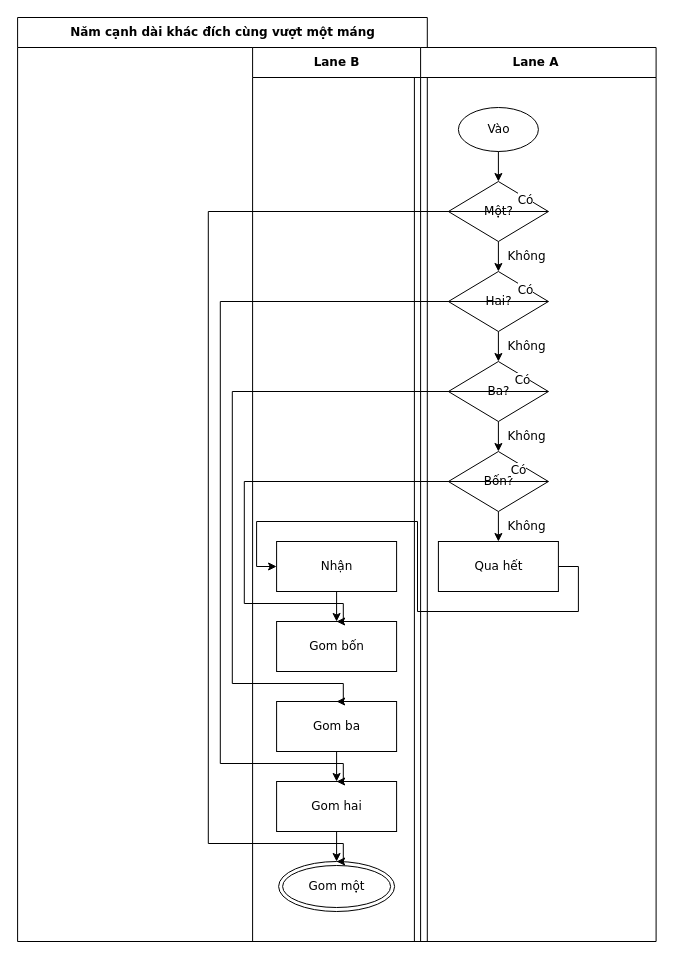
This is conformance/merge/fuzz-53/flow.drawio from luytbq/flowcast, a draw.io file, before an edit. Source tidied: cells renumbered, new cells numbered last; positions are measured from the earlier drawing's top-left corner, leaving out a move shared by most shapes. Both pictures are drawn from the tidied source at 100%, with x=0, y=0 at pixel (17, 17).
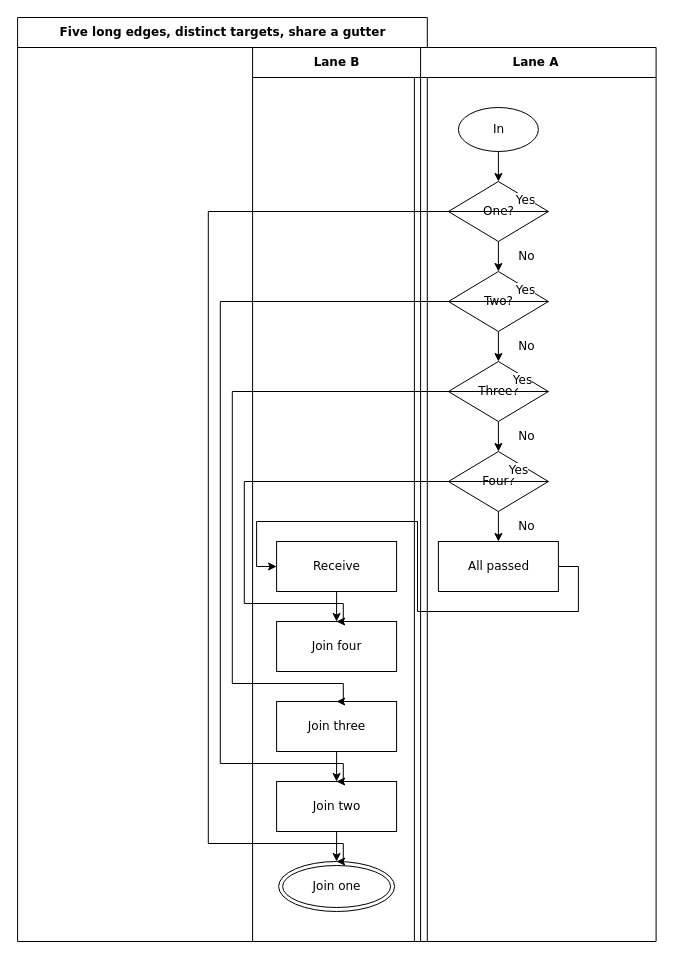
The same diagram, later.

The change refers to these unchanged cells:
```xml
<mxCell id="3" value="Lane A" style="swimlane;html=1;startSize=30;fontFamily=Verdana;fontSize=12;flowtable=1;" parent="2" vertex="1">
  <mxGeometry x="396.8" y="30" width="241.7" height="894" as="geometry" />
</mxCell>
<mxCell id="4" value="Lane B" style="swimlane;html=1;startSize=30;fontFamily=Verdana;fontSize=12;flowtable=1;" parent="2" vertex="1">
  <mxGeometry x="235" y="30" width="168" height="894" as="geometry" />
</mxCell>
```

Change to the diagram source:
```diff
@@
-    <mxCell id="2" value="Năm cạnh dài khác đích cùng vượt một máng" style="swimlane;html=1;startSize=30;fontStyle=1;fontFamily=Verdana;fontSize=12;flowtable=1;" parent="1" vertex="1">
+    <mxCell id="2" value="Five long edges, distinct targets, share a gutter" style="swimlane;html=1;startSize=30;fontStyle=1;fontFamily=Verdana;fontSize=12;flowtable=1;" parent="1" vertex="1">
       <mxGeometry x="0.1" width="409.7" height="924" as="geometry" />
     </mxCell>
@@
-    <mxCell id="5" value="Vào" style="ellipse;html=1;fontFamily=Verdana;fontSize=12;flowtable=1;" parent="3" vertex="1">
+    <mxCell id="5" value="In" style="ellipse;html=1;fontFamily=Verdana;fontSize=12;flowtable=1;" parent="3" vertex="1">
       <mxGeometry x="44" y="60" width="80" height="44" as="geometry" />
     </mxCell>
-    <mxCell id="6" value="Một?" style="rhombus;html=1;fontFamily=Verdana;fontSize=12;flowtable=1;" parent="3" vertex="1">
+    <mxCell id="6" value="One?" style="rhombus;html=1;fontFamily=Verdana;fontSize=12;flowtable=1;" parent="3" vertex="1">
       <mxGeometry x="34" y="134" width="100" height="60" as="geometry" />
     </mxCell>
-    <mxCell id="7" value="Hai?" style="rhombus;html=1;fontFamily=Verdana;fontSize=12;flowtable=1;" parent="3" vertex="1">
+    <mxCell id="7" value="Two?" style="rhombus;html=1;fontFamily=Verdana;fontSize=12;flowtable=1;" parent="3" vertex="1">
       <mxGeometry x="34" y="224" width="100" height="60" as="geometry" />
     </mxCell>
-    <mxCell id="8" value="Ba?" style="rhombus;html=1;fontFamily=Verdana;fontSize=12;flowtable=1;" parent="3" vertex="1">
+    <mxCell id="8" value="Three?" style="rhombus;html=1;fontFamily=Verdana;fontSize=12;flowtable=1;" parent="3" vertex="1">
       <mxGeometry x="34" y="314" width="100" height="60" as="geometry" />
     </mxCell>
-    <mxCell id="9" value="Bốn?" style="rhombus;html=1;fontFamily=Verdana;fontSize=12;flowtable=1;" parent="3" vertex="1">
+    <mxCell id="9" value="Four?" style="rhombus;html=1;fontFamily=Verdana;fontSize=12;flowtable=1;" parent="3" vertex="1">
       <mxGeometry x="34" y="404" width="100" height="60" as="geometry" />
     </mxCell>
-    <mxCell id="10" value="Qua hết" style="rounded=0;html=1;fontFamily=Verdana;fontSize=12;flowtable=1;" parent="3" vertex="1">
+    <mxCell id="10" value="All passed" style="rounded=0;html=1;fontFamily=Verdana;fontSize=12;flowtable=1;" parent="3" vertex="1">
       <mxGeometry x="24" y="494" width="120" height="50" as="geometry" />
     </mxCell>
-    <mxCell id="11" value="Nhận" style="rounded=0;html=1;fontFamily=Verdana;fontSize=12;flowtable=1;" parent="4" vertex="1">
+    <mxCell id="11" value="Receive" style="rounded=0;html=1;fontFamily=Verdana;fontSize=12;flowtable=1;" parent="4" vertex="1">
       <mxGeometry x="24" y="494" width="120" height="50" as="geometry" />
     </mxCell>
-    <mxCell id="12" value="Gom bốn" style="rounded=0;html=1;fontFamily=Verdana;fontSize=12;flowtable=1;" parent="4" vertex="1">
+    <mxCell id="12" value="Join four" style="rounded=0;html=1;fontFamily=Verdana;fontSize=12;flowtable=1;" parent="4" vertex="1">
       <mxGeometry x="24" y="574" width="120" height="50" as="geometry" />
     </mxCell>
-    <mxCell id="13" value="Gom ba" style="rounded=0;html=1;fontFamily=Verdana;fontSize=12;flowtable=1;" parent="4" vertex="1">
+    <mxCell id="13" value="Join three" style="rounded=0;html=1;fontFamily=Verdana;fontSize=12;flowtable=1;" parent="4" vertex="1">
       <mxGeometry x="24" y="654" width="120" height="50" as="geometry" />
     </mxCell>
-    <mxCell id="14" value="Gom hai" style="rounded=0;html=1;fontFamily=Verdana;fontSize=12;flowtable=1;" parent="4" vertex="1">
+    <mxCell id="14" value="Join two" style="rounded=0;html=1;fontFamily=Verdana;fontSize=12;flowtable=1;" parent="4" vertex="1">
       <mxGeometry x="24" y="734" width="120" height="50" as="geometry" />
     </mxCell>
-    <mxCell id="15" value="Gom một" style="shape=doubleEllipse;html=1;fontFamily=Verdana;fontSize=12;flowtable=1;" parent="4" vertex="1">
+    <mxCell id="15" value="Join one" style="shape=doubleEllipse;html=1;fontFamily=Verdana;fontSize=12;flowtable=1;" parent="4" vertex="1">
       <mxGeometry x="26" y="814" width="116" height="50" as="geometry" />
     </mxCell>
@@
-    <mxCell id="17" value="Có" style="edgeStyle=orthogonalEdgeStyle;rounded=0;jettySize=auto;html=1;labelBackgroundColor=default;exitX=1;exitY=0.5;exitDx=0;exitDy=0;entryX=0.5;entryY=0;entryDx=0;entryDy=0;fontFamily=Verdana;fontSize=12;flowtable=1;" parent="2" edge="1" source="6" target="15">
+    <mxCell id="17" value="Yes" style="edgeStyle=orthogonalEdgeStyle;rounded=0;jettySize=auto;html=1;labelBackgroundColor=default;exitX=1;exitY=0.5;exitDx=0;exitDy=0;entryX=0.5;entryY=0;entryDx=0;entryDy=0;fontFamily=Verdana;fontSize=12;flowtable=1;" parent="2" edge="1" source="6" target="15">
       <mxGeometry x="-0.96" relative="1" as="geometry">
         <Array as="points">
           <mxPoint x="190.7" y="194" />
           <mxPoint x="190.7" y="826" />
           <mxPoint x="325.7" y="826" />
         </Array>
         <mxPoint y="-11.5" as="offset" />
       </mxGeometry>
     </mxCell>
-    <mxCell id="18" value="Không" style="edgeStyle=orthogonalEdgeStyle;rounded=0;jettySize=auto;html=1;labelBackgroundColor=default;exitX=0.5;exitY=1;exitDx=0;exitDy=0;entryX=0.5;entryY=0;entryDx=0;entryDy=0;fontFamily=Verdana;fontSize=12;flowtable=1;" parent="2" edge="1" source="6" target="7">
+    <mxCell id="18" value="No" style="edgeStyle=orthogonalEdgeStyle;rounded=0;jettySize=auto;html=1;labelBackgroundColor=default;exitX=0.5;exitY=1;exitDx=0;exitDy=0;entryX=0.5;entryY=0;entryDx=0;entryDy=0;fontFamily=Verdana;fontSize=12;flowtable=1;" parent="2" edge="1" source="6" target="7">
       <mxGeometry x="-0.03" relative="1" as="geometry">
         <mxPoint x="28.1" as="offset" />
       </mxGeometry>
     </mxCell>
-    <mxCell id="19" value="Có" style="edgeStyle=orthogonalEdgeStyle;rounded=0;jettySize=auto;html=1;labelBackgroundColor=default;exitX=1;exitY=0.5;exitDx=0;exitDy=0;entryX=0.5;entryY=0;entryDx=0;entryDy=0;fontFamily=Verdana;fontSize=12;flowtable=1;" parent="2" edge="1" source="7" target="14">
+    <mxCell id="19" value="Yes" style="edgeStyle=orthogonalEdgeStyle;rounded=0;jettySize=auto;html=1;labelBackgroundColor=default;exitX=1;exitY=0.5;exitDx=0;exitDy=0;entryX=0.5;entryY=0;entryDx=0;entryDy=0;fontFamily=Verdana;fontSize=12;flowtable=1;" parent="2" edge="1" source="7" target="14">
       <mxGeometry x="-0.95" relative="1" as="geometry">
         <Array as="points">
           <mxPoint x="202.7" y="284" />
           <mxPoint x="202.7" y="746" />
           <mxPoint x="325.7" y="746" />
         </Array>
         <mxPoint y="-11.5" as="offset" />
       </mxGeometry>
     </mxCell>
-    <mxCell id="20" value="Không" style="edgeStyle=orthogonalEdgeStyle;rounded=0;jettySize=auto;html=1;labelBackgroundColor=default;exitX=0.5;exitY=1;exitDx=0;exitDy=0;entryX=0.5;entryY=0;entryDx=0;entryDy=0;fontFamily=Verdana;fontSize=12;flowtable=1;" parent="2" edge="1" source="7" target="8">
+    <mxCell id="20" value="No" style="edgeStyle=orthogonalEdgeStyle;rounded=0;jettySize=auto;html=1;labelBackgroundColor=default;exitX=0.5;exitY=1;exitDx=0;exitDy=0;entryX=0.5;entryY=0;entryDx=0;entryDy=0;fontFamily=Verdana;fontSize=12;flowtable=1;" parent="2" edge="1" source="7" target="8">
       <mxGeometry x="-0.03" relative="1" as="geometry">
         <mxPoint x="28.1" as="offset" />
       </mxGeometry>
     </mxCell>
-    <mxCell id="21" value="Có" style="edgeStyle=orthogonalEdgeStyle;rounded=0;jettySize=auto;html=1;labelBackgroundColor=default;exitX=1;exitY=0.5;exitDx=0;exitDy=0;entryX=0.5;entryY=0;entryDx=0;entryDy=0;fontFamily=Verdana;fontSize=12;flowtable=1;" parent="2" edge="1" source="8" target="13">
+    <mxCell id="21" value="Yes" style="edgeStyle=orthogonalEdgeStyle;rounded=0;jettySize=auto;html=1;labelBackgroundColor=default;exitX=1;exitY=0.5;exitDx=0;exitDy=0;entryX=0.5;entryY=0;entryDx=0;entryDy=0;fontFamily=Verdana;fontSize=12;flowtable=1;" parent="2" edge="1" source="8" target="13">
       <mxGeometry x="-0.93" relative="1" as="geometry">
         <Array as="points">
           <mxPoint x="214.7" y="374" />
           <mxPoint x="214.7" y="666" />
           <mxPoint x="325.7" y="666" />
         </Array>
         <mxPoint y="-11.5" as="offset" />
       </mxGeometry>
     </mxCell>
-    <mxCell id="22" value="Không" style="edgeStyle=orthogonalEdgeStyle;rounded=0;jettySize=auto;html=1;labelBackgroundColor=default;exitX=0.5;exitY=1;exitDx=0;exitDy=0;entryX=0.5;entryY=0;entryDx=0;entryDy=0;fontFamily=Verdana;fontSize=12;flowtable=1;" parent="2" edge="1" source="8" target="9">
+    <mxCell id="22" value="No" style="edgeStyle=orthogonalEdgeStyle;rounded=0;jettySize=auto;html=1;labelBackgroundColor=default;exitX=0.5;exitY=1;exitDx=0;exitDy=0;entryX=0.5;entryY=0;entryDx=0;entryDy=0;fontFamily=Verdana;fontSize=12;flowtable=1;" parent="2" edge="1" source="8" target="9">
       <mxGeometry x="-0.03" relative="1" as="geometry">
         <mxPoint x="28.1" as="offset" />
       </mxGeometry>
     </mxCell>
-    <mxCell id="23" value="Có" style="edgeStyle=orthogonalEdgeStyle;rounded=0;jettySize=auto;html=1;labelBackgroundColor=default;exitX=1;exitY=0.5;exitDx=0;exitDy=0;entryX=0.5;entryY=0;entryDx=0;entryDy=0;fontFamily=Verdana;fontSize=12;flowtable=1;" parent="2" edge="1" source="9" target="12">
+    <mxCell id="23" value="Yes" style="edgeStyle=orthogonalEdgeStyle;rounded=0;jettySize=auto;html=1;labelBackgroundColor=default;exitX=1;exitY=0.5;exitDx=0;exitDy=0;entryX=0.5;entryY=0;entryDx=0;entryDy=0;fontFamily=Verdana;fontSize=12;flowtable=1;" parent="2" edge="1" source="9" target="12">
       <mxGeometry x="-0.89" relative="1" as="geometry">
         <Array as="points">
           <mxPoint x="226.7" y="464" />
           <mxPoint x="226.7" y="586" />
           <mxPoint x="325.7" y="586" />
         </Array>
         <mxPoint y="-11.5" as="offset" />
       </mxGeometry>
     </mxCell>
-    <mxCell id="24" value="Không" style="edgeStyle=orthogonalEdgeStyle;rounded=0;jettySize=auto;html=1;labelBackgroundColor=default;exitX=0.5;exitY=1;exitDx=0;exitDy=0;entryX=0.5;entryY=0;entryDx=0;entryDy=0;fontFamily=Verdana;fontSize=12;flowtable=1;" parent="2" edge="1" source="9" target="10">
+    <mxCell id="24" value="No" style="edgeStyle=orthogonalEdgeStyle;rounded=0;jettySize=auto;html=1;labelBackgroundColor=default;exitX=0.5;exitY=1;exitDx=0;exitDy=0;entryX=0.5;entryY=0;entryDx=0;entryDy=0;fontFamily=Verdana;fontSize=12;flowtable=1;" parent="2" edge="1" source="9" target="10">
       <mxGeometry x="-0.03" relative="1" as="geometry">
         <mxPoint x="28.1" as="offset" />
       </mxGeometry>
     </mxCell>
```
